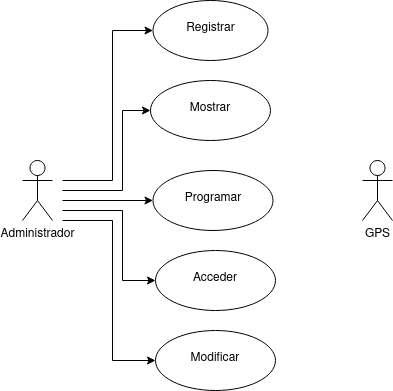
The draw.io diagram Tareas/Tarea3/img/GpsPuerto.drawio.png in colidom/ets, before a commit. Source tidied: cells renumbered, new cells last; positions are measured from the earlier drawing's top-left corner, leaving out a move shared by most shapes. Source of this version:
```xml
<mxGraphModel>
  <root>
    <mxCell id="0" />
    <mxCell id="1" parent="0" />
    <mxCell id="2" style="edgeStyle=orthogonalEdgeStyle;rounded=0;jettySize=auto;html=1;entryX=0;entryY=0.5;entryDx=0;entryDy=0;" parent="1" edge="1" target="5">
      <mxGeometry relative="1" as="geometry">
        <mxPoint x="40" y="180" as="sourcePoint" />
        <Array as="points">
          <mxPoint x="90" y="180" />
          <mxPoint x="90" y="30" />
        </Array>
      </mxGeometry>
    </mxCell>
    <mxCell id="3" value="&lt;div&gt;Administrador&lt;/div&gt;" style="shape=umlActor;verticalLabelPosition=bottom;verticalAlign=top;html=1;" parent="1" vertex="1">
      <mxGeometry y="160" width="30" height="60" as="geometry" />
    </mxCell>
    <mxCell id="4" value="GPS" style="shape=umlActor;verticalLabelPosition=bottom;verticalAlign=top;html=1;" parent="1" vertex="1">
      <mxGeometry x="340" y="160" width="30" height="60" as="geometry" />
    </mxCell>
    <mxCell id="5" value="&lt;br&gt;&lt;div&gt;Registrar&lt;/div&gt;" style="ellipse;whiteSpace=wrap;html=1;verticalAlign=top;" parent="1" vertex="1">
      <mxGeometry x="130.5" width="115" height="60" as="geometry" />
    </mxCell>
    <mxCell id="6" value="&lt;div&gt;&lt;br&gt;&lt;/div&gt;&lt;div&gt;Programar&lt;/div&gt;" style="ellipse;whiteSpace=wrap;html=1;verticalAlign=top;" parent="1" vertex="1">
      <mxGeometry x="130.5" y="170" width="120" height="60" as="geometry" />
    </mxCell>
    <mxCell id="7" style="endArrow=classic;html=1;rounded=0;entryX=0;entryY=0.5;entryDx=0;entryDy=0;" parent="1" edge="1" target="6">
      <mxGeometry relative="1" as="geometry">
        <mxPoint x="40" y="200" as="sourcePoint" />
      </mxGeometry>
    </mxCell>
    <mxCell id="8" value="&lt;div&gt;&lt;br&gt;&lt;/div&gt;&lt;div&gt;Acceder&lt;/div&gt;" style="ellipse;whiteSpace=wrap;html=1;verticalAlign=top;" parent="1" vertex="1">
      <mxGeometry x="133" y="250" width="120" height="60" as="geometry" />
    </mxCell>
    <mxCell id="9" style="edgeStyle=orthogonalEdgeStyle;rounded=0;jettySize=auto;html=1;entryX=0;entryY=0.5;entryDx=0;entryDy=0;" parent="1" edge="1" target="8">
      <mxGeometry relative="1" as="geometry">
        <mxPoint x="40" y="210" as="sourcePoint" />
        <Array as="points">
          <mxPoint x="40" y="210" />
          <mxPoint x="100" y="210" />
          <mxPoint x="100" y="280" />
        </Array>
      </mxGeometry>
    </mxCell>
    <mxCell id="10" value="&lt;div&gt;&lt;br&gt;&lt;/div&gt;&lt;div&gt;Modificar&lt;/div&gt;" style="ellipse;whiteSpace=wrap;html=1;verticalAlign=top;" parent="1" vertex="1">
      <mxGeometry x="133" y="330" width="120" height="60" as="geometry" />
    </mxCell>
    <mxCell id="11" style="edgeStyle=orthogonalEdgeStyle;rounded=0;jettySize=auto;html=1;entryX=0;entryY=0.5;entryDx=0;entryDy=0;" parent="1" edge="1" target="10">
      <mxGeometry relative="1" as="geometry">
        <mxPoint x="40" y="220" as="sourcePoint" />
        <Array as="points">
          <mxPoint x="90" y="220" />
          <mxPoint x="90" y="360" />
        </Array>
      </mxGeometry>
    </mxCell>
    <mxCell id="12" value="&lt;div&gt;&lt;br&gt;&lt;/div&gt;&lt;div&gt;Mostrar&lt;/div&gt;" style="ellipse;whiteSpace=wrap;html=1;verticalAlign=top;" parent="1" vertex="1">
      <mxGeometry x="128" y="80" width="120" height="60" as="geometry" />
    </mxCell>
    <mxCell id="13" style="edgeStyle=orthogonalEdgeStyle;rounded=0;jettySize=auto;html=1;entryX=0;entryY=0.5;entryDx=0;entryDy=0;" parent="1" edge="1" target="12">
      <mxGeometry relative="1" as="geometry">
        <mxPoint x="40" y="190" as="sourcePoint" />
        <Array as="points">
          <mxPoint x="100" y="190" />
          <mxPoint x="100" y="110" />
        </Array>
      </mxGeometry>
    </mxCell>
  </root>
</mxGraphModel>
```
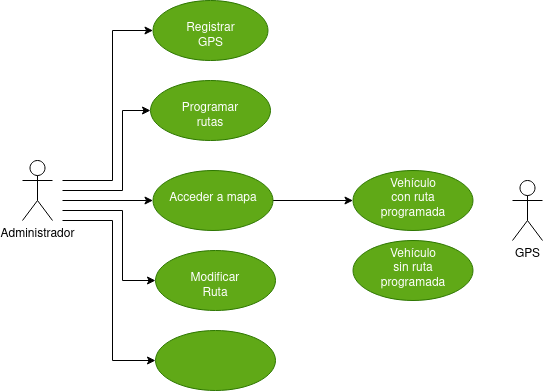
Above is the later version.

The edit, as a diff of the source:
```diff
@@ -15,12 +15,15 @@
       <mxGeometry y="160" width="30" height="60" as="geometry" />
     </mxCell>
     <mxCell id="4" value="GPS" style="shape=umlActor;verticalLabelPosition=bottom;verticalAlign=top;html=1;" parent="1" vertex="1">
-      <mxGeometry x="340" y="160" width="30" height="60" as="geometry" />
+      <mxGeometry x="490" y="180" width="30" height="60" as="geometry" />
     </mxCell>
-    <mxCell id="5" value="&lt;br&gt;&lt;div&gt;Registrar&lt;/div&gt;" style="ellipse;whiteSpace=wrap;html=1;verticalAlign=top;" parent="1" vertex="1">
+    <mxCell id="5" value="&lt;div&gt;&lt;br&gt;&lt;/div&gt;&lt;div&gt;Registrar&lt;/div&gt;&lt;div&gt;GPS&lt;br&gt;&lt;/div&gt;" style="ellipse;whiteSpace=wrap;html=1;verticalAlign=top;fillColor=#60a917;fontColor=#ffffff;strokeColor=#2D7600;" parent="1" vertex="1">
       <mxGeometry x="130.5" width="115" height="60" as="geometry" />
     </mxCell>
+    <mxCell id="14" style="edgeStyle=orthogonalEdgeStyle;rounded=0;jettySize=auto;html=1;" parent="1" edge="1" source="6" target="15">
+      <mxGeometry relative="1" as="geometry" />
+    </mxCell>
-    <mxCell id="6" value="&lt;div&gt;&lt;br&gt;&lt;/div&gt;&lt;div&gt;Programar&lt;/div&gt;" style="ellipse;whiteSpace=wrap;html=1;verticalAlign=top;" parent="1" vertex="1">
+    <mxCell id="6" value="&lt;div&gt;&lt;br&gt;&lt;/div&gt;&lt;div&gt;Acceder a mapa&lt;/div&gt;&lt;div&gt;&lt;br&gt;&lt;/div&gt;" style="ellipse;whiteSpace=wrap;html=1;verticalAlign=top;fillColor=#60a917;fontColor=#ffffff;strokeColor=#2D7600;" parent="1" vertex="1">
       <mxGeometry x="130.5" y="170" width="120" height="60" as="geometry" />
     </mxCell>
     <mxCell id="7" style="endArrow=classic;html=1;rounded=0;entryX=0;entryY=0.5;entryDx=0;entryDy=0;" parent="1" edge="1" target="6">
@@ -28,7 +31,7 @@
         <mxPoint x="40" y="200" as="sourcePoint" />
       </mxGeometry>
     </mxCell>
-    <mxCell id="8" value="&lt;div&gt;&lt;br&gt;&lt;/div&gt;&lt;div&gt;Acceder&lt;/div&gt;" style="ellipse;whiteSpace=wrap;html=1;verticalAlign=top;" parent="1" vertex="1">
+    <mxCell id="8" value="&lt;div&gt;&lt;br&gt;&lt;/div&gt;&lt;div&gt;Modificar&lt;/div&gt;&lt;div&gt;Ruta&lt;br&gt;&lt;/div&gt;" style="ellipse;whiteSpace=wrap;html=1;verticalAlign=top;fillColor=#60a917;fontColor=#ffffff;strokeColor=#2D7600;" parent="1" vertex="1">
       <mxGeometry x="133" y="250" width="120" height="60" as="geometry" />
     </mxCell>
     <mxCell id="9" style="edgeStyle=orthogonalEdgeStyle;rounded=0;jettySize=auto;html=1;entryX=0;entryY=0.5;entryDx=0;entryDy=0;" parent="1" edge="1" target="8">
@@ -41,7 +44,7 @@
         </Array>
       </mxGeometry>
     </mxCell>
-    <mxCell id="10" value="&lt;div&gt;&lt;br&gt;&lt;/div&gt;&lt;div&gt;Modificar&lt;/div&gt;" style="ellipse;whiteSpace=wrap;html=1;verticalAlign=top;" parent="1" vertex="1">
+    <mxCell id="10" style="ellipse;whiteSpace=wrap;html=1;verticalAlign=top;fillColor=#60a917;fontColor=#ffffff;strokeColor=#2D7600;" parent="1" vertex="1">
       <mxGeometry x="133" y="330" width="120" height="60" as="geometry" />
     </mxCell>
     <mxCell id="11" style="edgeStyle=orthogonalEdgeStyle;rounded=0;jettySize=auto;html=1;entryX=0;entryY=0.5;entryDx=0;entryDy=0;" parent="1" edge="1" target="10">
@@ -53,7 +56,7 @@
         </Array>
       </mxGeometry>
     </mxCell>
-    <mxCell id="12" value="&lt;div&gt;&lt;br&gt;&lt;/div&gt;&lt;div&gt;Mostrar&lt;/div&gt;" style="ellipse;whiteSpace=wrap;html=1;verticalAlign=top;" parent="1" vertex="1">
+    <mxCell id="12" value="&lt;div&gt;&lt;br&gt;&lt;/div&gt;&lt;div&gt;Programar&lt;/div&gt;&lt;div&gt;rutas&lt;br&gt;&lt;/div&gt;" style="ellipse;whiteSpace=wrap;html=1;verticalAlign=top;fillColor=#60a917;fontColor=#ffffff;strokeColor=#2D7600;" parent="1" vertex="1">
       <mxGeometry x="128" y="80" width="120" height="60" as="geometry" />
     </mxCell>
     <mxCell id="13" style="edgeStyle=orthogonalEdgeStyle;rounded=0;jettySize=auto;html=1;entryX=0;entryY=0.5;entryDx=0;entryDy=0;" parent="1" edge="1" target="12">
@@ -65,5 +68,11 @@
         </Array>
       </mxGeometry>
     </mxCell>
+    <mxCell id="15" value="&lt;div&gt;Vehículo&lt;/div&gt;&lt;div&gt;con ruta&lt;/div&gt;&lt;div&gt;programada&lt;br&gt;&lt;/div&gt;" style="ellipse;whiteSpace=wrap;html=1;verticalAlign=top;fillColor=#60a917;strokeColor=#2D7600;fontColor=#ffffff;" parent="1" vertex="1">
+      <mxGeometry x="330.5" y="170" width="120" height="60" as="geometry" />
+    </mxCell>
+    <mxCell id="16" value="&lt;div&gt;Vehículo&lt;/div&gt;&lt;div&gt;sin ruta&lt;/div&gt;&lt;div&gt;programada&lt;br&gt;&lt;/div&gt;" style="ellipse;whiteSpace=wrap;html=1;verticalAlign=top;fillColor=#60a917;strokeColor=#2D7600;fontColor=#ffffff;" parent="1" vertex="1">
+      <mxGeometry x="330.5" y="240" width="120" height="60" as="geometry" />
+    </mxCell>
   </root>
 </mxGraphModel>
```
